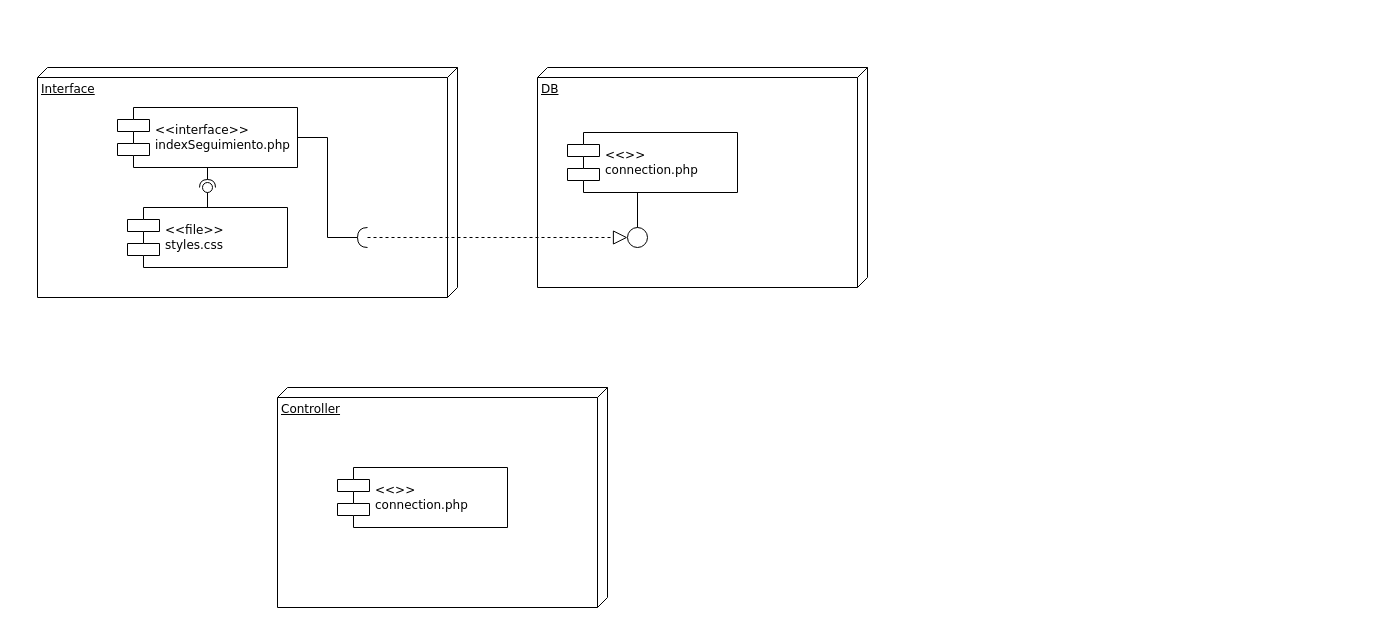
Earlier version of the draw.io diagram Diagramas/DiagramaComponentes.drawio (JorgeADnro/Torres). Source tidied: cells renumbered, new cells numbered last; positions are measured from the earlier drawing's top-left corner, leaving out a move shared by most shapes. Both pictures are drawn from the tidied source at 100%, with x=0, y=0 at pixel (37, 67).
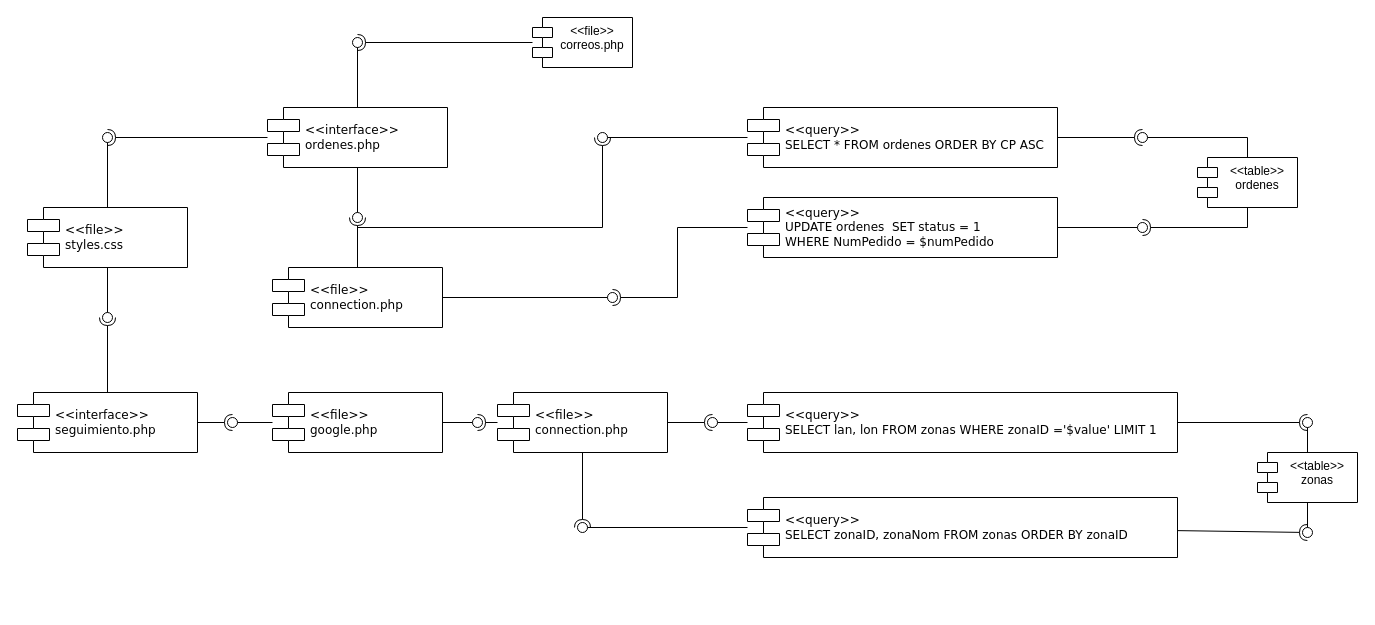
The same diagram, later.

Diff of the diagram source:
```diff
@@
-    <mxCell id="2" value="Interface&lt;br&gt;" style="verticalAlign=top;align=left;spacingTop=8;spacingLeft=2;spacingRight=12;shape=cube;size=10;direction=south;fontStyle=4;html=1;rounded=0;shadow=0;comic=0;labelBackgroundColor=none;strokeWidth=1;fontFamily=Verdana;fontSize=12;" parent="1" vertex="1">
-      <mxGeometry width="420" height="230" as="geometry" />
-    </mxCell>
-    <mxCell id="3" value="DB" style="verticalAlign=top;align=left;spacingTop=8;spacingLeft=2;spacingRight=12;shape=cube;size=10;direction=south;fontStyle=4;html=1;rounded=0;shadow=0;comic=0;labelBackgroundColor=none;strokeWidth=1;fontFamily=Verdana;fontSize=12;" parent="1" vertex="1">
-      <mxGeometry x="500" width="330" height="220" as="geometry" />
-    </mxCell>
-    <mxCell id="4" value="&amp;lt;&amp;lt;interface&amp;gt;&amp;gt;&lt;br&gt;indexSeguimiento.php" style="shape=component;align=left;spacingLeft=36;rounded=0;shadow=0;comic=0;labelBackgroundColor=none;strokeWidth=1;fontFamily=Verdana;fontSize=12;html=1;" parent="1" vertex="1">
-      <mxGeometry x="80" y="40" width="180" height="60" as="geometry" />
+    <mxCell id="4" value="&amp;lt;&amp;lt;interface&amp;gt;&amp;gt;&lt;br&gt;seguimiento.php" style="shape=component;align=left;spacingLeft=36;rounded=0;shadow=0;comic=0;labelBackgroundColor=none;strokeWidth=1;fontFamily=Verdana;fontSize=12;html=1;" parent="1" vertex="1">
+      <mxGeometry x="-20" y="325" width="180" height="60" as="geometry" />
     </mxCell>
-    <mxCell id="5" value="&amp;lt;&amp;lt;&amp;gt;&amp;gt;&lt;br&gt;connection.php" style="shape=component;align=left;spacingLeft=36;rounded=0;shadow=0;comic=0;labelBackgroundColor=none;strokeWidth=1;fontFamily=Verdana;fontSize=12;html=1;" parent="1" vertex="1">
-      <mxGeometry x="530" y="65" width="170" height="60" as="geometry" />
+    <mxCell id="5" value="&amp;lt;&amp;lt;query&amp;gt;&amp;gt;&lt;br&gt;SELECT * FROM ordenes ORDER BY CP ASC" style="shape=component;align=left;spacingLeft=36;rounded=0;shadow=0;comic=0;labelBackgroundColor=none;strokeWidth=1;fontFamily=Verdana;fontSize=12;html=1;" parent="1" vertex="1">
+      <mxGeometry x="710" y="40" width="310" height="60" as="geometry" />
     </mxCell>
-    <mxCell id="6" style="ellipse;whiteSpace=wrap;html=1;rounded=0;shadow=0;comic=0;labelBackgroundColor=none;strokeWidth=1;fontFamily=Verdana;fontSize=12;align=center;" parent="1" vertex="1">
-      <mxGeometry x="590" y="160" width="20" height="20" as="geometry" />
-    </mxCell>
-    <mxCell id="7" style="edgeStyle=elbowEdgeStyle;rounded=0;html=1;labelBackgroundColor=none;startArrow=none;startFill=0;startSize=8;endArrow=none;endFill=0;endSize=16;fontFamily=Verdana;fontSize=12;" parent="1" edge="1" source="6" target="5">
-      <mxGeometry relative="1" as="geometry" />
-    </mxCell>
-    <mxCell id="8" style="edgeStyle=elbowEdgeStyle;rounded=0;html=1;labelBackgroundColor=none;startArrow=none;startFill=0;startSize=8;endArrow=none;endFill=0;endSize=16;fontFamily=Verdana;fontSize=12;" parent="1" edge="1" source="14" target="4">
-      <mxGeometry relative="1" as="geometry" />
-    </mxCell>
     <mxCell id="9" value="&amp;lt;&amp;lt;file&amp;gt;&amp;gt;&lt;br&gt;styles.css" style="shape=component;align=left;spacingLeft=36;rounded=0;shadow=0;comic=0;labelBackgroundColor=none;strokeWidth=1;fontFamily=Verdana;fontSize=12;html=1;" parent="1" vertex="1">
-      <mxGeometry x="90" y="140" width="160" height="60" as="geometry" />
+      <mxGeometry x="-10" y="140" width="160" height="60" as="geometry" />
     </mxCell>
-    <mxCell id="10" style="rounded=0;jettySize=auto;html=1;endArrow=halfCircle;endFill=0;endSize=6;strokeWidth=1;sketch=0;exitX=0.5;exitY=1;exitDx=0;exitDy=0;" parent="1" edge="1" source="4">
+    <mxCell id="10" style="rounded=0;jettySize=auto;html=1;endArrow=halfCircle;endFill=0;endSize=6;strokeWidth=1;sketch=0;" parent="1" edge="1" source="4">
       <mxGeometry relative="1" as="geometry">
-        <mxPoint x="170" y="120" as="targetPoint" />
+        <mxPoint x="70" y="250" as="targetPoint" />
       </mxGeometry>
     </mxCell>
     <mxCell id="11" style="rounded=0;jettySize=auto;html=1;endArrow=oval;endFill=0;sketch=0;sourcePerimeterSpacing=0;targetPerimeterSpacing=0;endSize=10;" parent="1" edge="1" source="9">
       <mxGeometry relative="1" as="geometry">
-        <mxPoint x="170" y="120" as="targetPoint" />
+        <mxPoint x="70" y="250" as="targetPoint" />
       </mxGeometry>
     </mxCell>
@@
-    <mxCell id="13" style="edgeStyle=elbowEdgeStyle;rounded=0;html=1;labelBackgroundColor=none;startArrow=none;startFill=0;startSize=8;endArrow=none;endFill=0;endSize=16;fontFamily=Verdana;fontSize=12;" parent="1" edge="1" target="14">
-      <mxGeometry relative="1" as="geometry">
-        <mxPoint x="330" y="170" as="sourcePoint" />
-      </mxGeometry>
-    </mxCell>
-    <mxCell id="14" style="shape=requiredInterface;html=1;verticalLabelPosition=bottom;sketch=0;rotation=-180;" parent="1" vertex="1">
-      <mxGeometry x="320" y="160" width="10" height="20" as="geometry" />
-    </mxCell>
-    <mxCell id="15" style="endArrow=block;dashed=1;endFill=0;endSize=12;html=1;rounded=0;exitX=0;exitY=0.5;exitDx=0;exitDy=0;exitPerimeter=0;" parent="1" edge="1" source="14" target="6">
-      <mxGeometry relative="1" as="geometry" />
-    </mxCell>
-    <mxCell id="16" value="Controller&lt;br&gt;" style="verticalAlign=top;align=left;spacingTop=8;spacingLeft=2;spacingRight=12;shape=cube;size=10;direction=south;fontStyle=4;html=1;rounded=0;shadow=0;comic=0;labelBackgroundColor=none;strokeWidth=1;fontFamily=Verdana;fontSize=12;" parent="1" vertex="1">
-      <mxGeometry x="240" y="320" width="330" height="220" as="geometry" />
-    </mxCell>
-    <mxCell id="17" value="&amp;lt;&amp;lt;&amp;gt;&amp;gt;&lt;br&gt;connection.php" style="shape=component;align=left;spacingLeft=36;rounded=0;shadow=0;comic=0;labelBackgroundColor=none;strokeWidth=1;fontFamily=Verdana;fontSize=12;html=1;" parent="1" vertex="1">
-      <mxGeometry x="300" y="400" width="170" height="60" as="geometry" />
+    <mxCell id="17" value="&amp;lt;&amp;lt;file&amp;gt;&amp;gt;&lt;br&gt;connection.php" style="shape=component;align=left;spacingLeft=36;rounded=0;shadow=0;comic=0;labelBackgroundColor=none;strokeWidth=1;fontFamily=Verdana;fontSize=12;html=1;" parent="1" vertex="1">
+      <mxGeometry x="235" y="200" width="170" height="60" as="geometry" />
     </mxCell>
+    <mxCell id="18" value="&amp;lt;&amp;lt;interface&amp;gt;&amp;gt;&lt;br&gt;ordenes.php" style="shape=component;align=left;spacingLeft=36;rounded=0;shadow=0;comic=0;labelBackgroundColor=none;strokeWidth=1;fontFamily=Verdana;fontSize=12;html=1;" parent="1" vertex="1">
+      <mxGeometry x="230" y="40" width="180" height="60" as="geometry" />
+    </mxCell>
+    <mxCell id="19" style="rounded=0;jettySize=auto;html=1;endArrow=halfCircle;endFill=0;endSize=6;strokeWidth=1;sketch=0;" parent="1" edge="1" source="18" target="21">
+      <mxGeometry relative="1" as="geometry" />
+    </mxCell>
+    <mxCell id="20" style="rounded=0;jettySize=auto;html=1;endArrow=oval;endFill=0;sketch=0;sourcePerimeterSpacing=0;targetPerimeterSpacing=0;endSize=10;" parent="1" edge="1" source="9" target="21">
+      <mxGeometry relative="1" as="geometry" />
+    </mxCell>
+    <mxCell id="21" style="ellipse;whiteSpace=wrap;html=1;align=center;fillColor=none;strokeColor=none;perimeter=centerPerimeter;points=[];outlineConnect=1;" parent="1" vertex="1">
+      <mxGeometry x="65" y="65" width="10" height="10" as="geometry" />
+    </mxCell>
+    <mxCell id="22" value="&amp;lt;&amp;lt;query&amp;gt;&amp;gt;&lt;br&gt;UPDATE ordenes&amp;nbsp; SET status = 1&lt;br&gt;WHERE NumPedido = $numPedido" style="shape=component;align=left;spacingLeft=36;rounded=0;shadow=0;comic=0;labelBackgroundColor=none;strokeWidth=1;fontFamily=Verdana;fontSize=12;html=1;" parent="1" vertex="1">
+      <mxGeometry x="710" y="130" width="310" height="60" as="geometry" />
+    </mxCell>
+    <mxCell id="23" style="ellipse;whiteSpace=wrap;html=1;align=center;fillColor=none;strokeColor=none;perimeter=centerPerimeter;" parent="1" vertex="1">
+      <mxGeometry x="560" y="190" width="10" height="10" as="geometry" />
+    </mxCell>
+    <mxCell id="24" style="ellipse;whiteSpace=wrap;html=1;align=center;fillColor=none;strokeColor=none;perimeter=centerPerimeter;" parent="1" vertex="1">
+      <mxGeometry x="680" y="65" width="10" height="10" as="geometry" />
+    </mxCell>
+    <mxCell id="25" style="ellipse;whiteSpace=wrap;html=1;align=center;fillColor=none;strokeColor=none;perimeter=centerPerimeter;" parent="1" vertex="1">
+      <mxGeometry x="570" y="155" width="10" height="10" as="geometry" />
+    </mxCell>
+    <mxCell id="26" style="rounded=0;jettySize=auto;html=1;endArrow=halfCircle;endFill=0;endSize=6;strokeWidth=1;sketch=0;" parent="1" edge="1" source="17" target="28">
+      <mxGeometry relative="1" as="geometry" />
+    </mxCell>
+    <mxCell id="27" style="rounded=0;jettySize=auto;html=1;endArrow=oval;endFill=0;sketch=0;sourcePerimeterSpacing=0;targetPerimeterSpacing=0;endSize=10;" parent="1" edge="1" source="18" target="28">
+      <mxGeometry relative="1" as="geometry" />
+    </mxCell>
+    <mxCell id="28" style="ellipse;whiteSpace=wrap;html=1;align=center;fillColor=none;strokeColor=none;perimeter=centerPerimeter;points=[];outlineConnect=1;" parent="1" vertex="1">
+      <mxGeometry x="315" y="145" width="10" height="10" as="geometry" />
+    </mxCell>
+    <mxCell id="29" style="rounded=0;jettySize=auto;html=1;endArrow=halfCircle;endFill=0;endSize=6;strokeWidth=1;sketch=0;" parent="1" edge="1" source="17" target="31">
+      <mxGeometry relative="1" as="geometry">
+        <Array as="points">
+          <mxPoint x="320" y="160" />
+          <mxPoint x="565" y="160" />
+        </Array>
+      </mxGeometry>
+    </mxCell>
+    <mxCell id="30" style="rounded=0;jettySize=auto;html=1;endArrow=oval;endFill=0;sketch=0;sourcePerimeterSpacing=0;targetPerimeterSpacing=0;endSize=10;" parent="1" edge="1" source="5" target="31">
+      <mxGeometry relative="1" as="geometry" />
+    </mxCell>
+    <mxCell id="31" style="ellipse;whiteSpace=wrap;html=1;align=center;fillColor=none;strokeColor=none;perimeter=centerPerimeter;points=[];outlineConnect=1;" parent="1" vertex="1">
+      <mxGeometry x="560" y="65" width="10" height="10" as="geometry" />
+    </mxCell>
+    <mxCell id="32" style="rounded=0;jettySize=auto;html=1;endArrow=halfCircle;endFill=0;endSize=6;strokeWidth=1;sketch=0;" parent="1" edge="1" source="22" target="34">
+      <mxGeometry relative="1" as="geometry">
+        <Array as="points">
+          <mxPoint x="640" y="160" />
+          <mxPoint x="640" y="230" />
+        </Array>
+      </mxGeometry>
+    </mxCell>
+    <mxCell id="33" style="rounded=0;jettySize=auto;html=1;endArrow=oval;endFill=0;sketch=0;sourcePerimeterSpacing=0;targetPerimeterSpacing=0;endSize=10;" parent="1" edge="1" source="17" target="34">
+      <mxGeometry relative="1" as="geometry" />
+    </mxCell>
+    <mxCell id="34" style="ellipse;whiteSpace=wrap;html=1;align=center;fillColor=none;strokeColor=none;perimeter=centerPerimeter;points=[];outlineConnect=1;" parent="1" vertex="1">
+      <mxGeometry x="570" y="225" width="10" height="10" as="geometry" />
+    </mxCell>
+    <mxCell id="35" value="&amp;lt;&amp;lt;table&amp;gt;&amp;gt;&lt;br&gt;ordenes&lt;br&gt;" style="shape=module;align=left;spacingLeft=20;align=center;verticalAlign=top;whiteSpace=wrap;html=1;" parent="1" vertex="1">
+      <mxGeometry x="1160" y="90" width="100" height="50" as="geometry" />
+    </mxCell>
+    <mxCell id="36" style="rounded=0;jettySize=auto;html=1;endArrow=halfCircle;endFill=0;endSize=6;strokeWidth=1;sketch=0;" parent="1" edge="1" source="35" target="38">
+      <mxGeometry relative="1" as="geometry">
+        <Array as="points">
+          <mxPoint x="1210" y="160" />
+        </Array>
+      </mxGeometry>
+    </mxCell>
+    <mxCell id="37" style="rounded=0;jettySize=auto;html=1;endArrow=oval;endFill=0;sketch=0;sourcePerimeterSpacing=0;targetPerimeterSpacing=0;endSize=10;" parent="1" edge="1" source="22" target="38">
+      <mxGeometry relative="1" as="geometry" />
+    </mxCell>
+    <mxCell id="38" style="ellipse;whiteSpace=wrap;html=1;align=center;fillColor=none;strokeColor=none;perimeter=centerPerimeter;points=[];outlineConnect=1;" parent="1" vertex="1">
+      <mxGeometry x="1100" y="155" width="10" height="10" as="geometry" />
+    </mxCell>
+    <mxCell id="39" style="rounded=0;jettySize=auto;html=1;endArrow=halfCircle;endFill=0;endSize=6;strokeWidth=1;sketch=0;" parent="1" edge="1" source="5" target="41">
+      <mxGeometry relative="1" as="geometry" />
+    </mxCell>
+    <mxCell id="40" style="rounded=0;jettySize=auto;html=1;endArrow=oval;endFill=0;sketch=0;sourcePerimeterSpacing=0;targetPerimeterSpacing=0;endSize=10;" parent="1" edge="1" source="35" target="41">
+      <mxGeometry relative="1" as="geometry">
+        <Array as="points">
+          <mxPoint x="1210" y="70" />
+        </Array>
+      </mxGeometry>
+    </mxCell>
+    <mxCell id="41" style="ellipse;whiteSpace=wrap;html=1;align=center;fillColor=none;strokeColor=none;perimeter=centerPerimeter;points=[];outlineConnect=1;" parent="1" vertex="1">
+      <mxGeometry x="1100" y="65" width="10" height="10" as="geometry" />
+    </mxCell>
+    <mxCell id="42" value="&amp;lt;&amp;lt;file&amp;gt;&amp;gt;&lt;br&gt;google.php" style="shape=component;align=left;spacingLeft=36;rounded=0;shadow=0;comic=0;labelBackgroundColor=none;strokeWidth=1;fontFamily=Verdana;fontSize=12;html=1;" parent="1" vertex="1">
+      <mxGeometry x="235" y="325" width="170" height="60" as="geometry" />
+    </mxCell>
+    <mxCell id="43" style="rounded=0;jettySize=auto;html=1;endArrow=halfCircle;endFill=0;endSize=6;strokeWidth=1;sketch=0;" parent="1" edge="1" source="4" target="45">
+      <mxGeometry relative="1" as="geometry" />
+    </mxCell>
+    <mxCell id="44" style="rounded=0;jettySize=auto;html=1;endArrow=oval;endFill=0;sketch=0;sourcePerimeterSpacing=0;targetPerimeterSpacing=0;endSize=10;" parent="1" edge="1" source="42" target="45">
+      <mxGeometry relative="1" as="geometry" />
+    </mxCell>
+    <mxCell id="45" style="ellipse;whiteSpace=wrap;html=1;align=center;fillColor=none;strokeColor=none;perimeter=centerPerimeter;points=[];outlineConnect=1;" parent="1" vertex="1">
+      <mxGeometry x="190" y="350" width="10" height="10" as="geometry" />
+    </mxCell>
+    <mxCell id="46" value="&amp;lt;&amp;lt;file&amp;gt;&amp;gt;&lt;br&gt;connection.php" style="shape=component;align=left;spacingLeft=36;rounded=0;shadow=0;comic=0;labelBackgroundColor=none;strokeWidth=1;fontFamily=Verdana;fontSize=12;html=1;" parent="1" vertex="1">
+      <mxGeometry x="460" y="325" width="170" height="60" as="geometry" />
+    </mxCell>
+    <mxCell id="47" style="rounded=0;jettySize=auto;html=1;endArrow=halfCircle;endFill=0;endSize=6;strokeWidth=1;sketch=0;" parent="1" edge="1" source="46" target="49">
+      <mxGeometry relative="1" as="geometry" />
+    </mxCell>
+    <mxCell id="48" style="rounded=0;jettySize=auto;html=1;endArrow=oval;endFill=0;sketch=0;sourcePerimeterSpacing=0;targetPerimeterSpacing=0;endSize=10;" parent="1" edge="1" source="42" target="49">
+      <mxGeometry relative="1" as="geometry" />
+    </mxCell>
+    <mxCell id="49" style="ellipse;whiteSpace=wrap;html=1;align=center;fillColor=none;strokeColor=none;perimeter=centerPerimeter;points=[];outlineConnect=1;" parent="1" vertex="1">
+      <mxGeometry x="435" y="350" width="10" height="10" as="geometry" />
+    </mxCell>
+    <mxCell id="50" value="&amp;lt;&amp;lt;query&amp;gt;&amp;gt;&lt;br&gt;SELECT lan, lon FROM zonas WHERE zonaID ='$value' LIMIT 1" style="shape=component;align=left;spacingLeft=36;rounded=0;shadow=0;comic=0;labelBackgroundColor=none;strokeWidth=1;fontFamily=Verdana;fontSize=12;html=1;" parent="1" vertex="1">
+      <mxGeometry x="710" y="325" width="430" height="60" as="geometry" />
+    </mxCell>
+    <mxCell id="51" value="&amp;lt;&amp;lt;query&amp;gt;&amp;gt;&lt;br&gt;SELECT zonaID, zonaNom FROM zonas ORDER BY zonaID" style="shape=component;align=left;spacingLeft=36;rounded=0;shadow=0;comic=0;labelBackgroundColor=none;strokeWidth=1;fontFamily=Verdana;fontSize=12;html=1;" parent="1" vertex="1">
+      <mxGeometry x="710" y="430" width="430" height="60" as="geometry" />
+    </mxCell>
+    <mxCell id="52" value="&amp;lt;&amp;lt;file&amp;gt;&amp;gt;&lt;br&gt;correos.php" style="shape=module;align=left;spacingLeft=20;align=center;verticalAlign=top;whiteSpace=wrap;html=1;" parent="1" vertex="1">
+      <mxGeometry x="495" y="-50" width="100" height="50" as="geometry" />
+    </mxCell>
+    <mxCell id="53" style="rounded=0;jettySize=auto;html=1;endArrow=halfCircle;endFill=0;endSize=6;strokeWidth=1;sketch=0;" parent="1" edge="1" source="52" target="55">
+      <mxGeometry relative="1" as="geometry" />
+    </mxCell>
+    <mxCell id="54" style="rounded=0;jettySize=auto;html=1;endArrow=oval;endFill=0;sketch=0;sourcePerimeterSpacing=0;targetPerimeterSpacing=0;endSize=10;" parent="1" edge="1" source="18" target="55">
+      <mxGeometry relative="1" as="geometry" />
+    </mxCell>
+    <mxCell id="55" style="ellipse;whiteSpace=wrap;html=1;align=center;fillColor=none;strokeColor=none;perimeter=centerPerimeter;points=[];outlineConnect=1;" parent="1" vertex="1">
+      <mxGeometry x="315" y="-30" width="10" height="10" as="geometry" />
+    </mxCell>
+    <mxCell id="56" value="&amp;lt;&amp;lt;table&amp;gt;&amp;gt;&lt;br&gt;zonas" style="shape=module;align=left;spacingLeft=20;align=center;verticalAlign=top;whiteSpace=wrap;html=1;" parent="1" vertex="1">
+      <mxGeometry x="1220" y="385" width="100" height="50" as="geometry" />
+    </mxCell>
+    <mxCell id="57" style="rounded=0;jettySize=auto;html=1;endArrow=halfCircle;endFill=0;endSize=6;strokeWidth=1;sketch=0;" parent="1" edge="1" source="46" target="59">
+      <mxGeometry relative="1" as="geometry" />
+    </mxCell>
+    <mxCell id="58" style="rounded=0;jettySize=auto;html=1;endArrow=oval;endFill=0;sketch=0;sourcePerimeterSpacing=0;targetPerimeterSpacing=0;endSize=10;" parent="1" edge="1" source="50" target="59">
+      <mxGeometry relative="1" as="geometry" />
+    </mxCell>
+    <mxCell id="59" style="ellipse;whiteSpace=wrap;html=1;align=center;fillColor=none;strokeColor=none;perimeter=centerPerimeter;points=[];outlineConnect=1;" parent="1" vertex="1">
+      <mxGeometry x="670" y="350" width="10" height="10" as="geometry" />
+    </mxCell>
+    <mxCell id="60" style="rounded=0;jettySize=auto;html=1;endArrow=halfCircle;endFill=0;endSize=6;strokeWidth=1;sketch=0;" parent="1" edge="1" source="46" target="62">
+      <mxGeometry relative="1" as="geometry" />
+    </mxCell>
+    <mxCell id="61" style="rounded=0;jettySize=auto;html=1;endArrow=oval;endFill=0;sketch=0;sourcePerimeterSpacing=0;targetPerimeterSpacing=0;endSize=10;" parent="1" edge="1" source="51" target="62">
+      <mxGeometry relative="1" as="geometry" />
+    </mxCell>
+    <mxCell id="62" style="ellipse;whiteSpace=wrap;html=1;align=center;fillColor=none;strokeColor=none;perimeter=centerPerimeter;points=[];outlineConnect=1;" parent="1" vertex="1">
+      <mxGeometry x="540" y="455" width="10" height="10" as="geometry" />
+    </mxCell>
+    <mxCell id="63" style="rounded=0;jettySize=auto;html=1;endArrow=halfCircle;endFill=0;endSize=6;strokeWidth=1;sketch=0;" parent="1" edge="1" source="50" target="65">
+      <mxGeometry relative="1" as="geometry" />
+    </mxCell>
+    <mxCell id="64" style="rounded=0;jettySize=auto;html=1;endArrow=oval;endFill=0;sketch=0;sourcePerimeterSpacing=0;targetPerimeterSpacing=0;endSize=10;" parent="1" edge="1" source="56" target="65">
+      <mxGeometry relative="1" as="geometry" />
+    </mxCell>
+    <mxCell id="65" style="ellipse;whiteSpace=wrap;html=1;align=center;fillColor=none;strokeColor=none;perimeter=centerPerimeter;points=[];outlineConnect=1;" parent="1" vertex="1">
+      <mxGeometry x="1265" y="350" width="10" height="10" as="geometry" />
+    </mxCell>
+    <mxCell id="66" style="rounded=0;jettySize=auto;html=1;endArrow=halfCircle;endFill=0;endSize=6;strokeWidth=1;sketch=0;" parent="1" edge="1" source="51" target="68">
+      <mxGeometry relative="1" as="geometry" />
+    </mxCell>
+    <mxCell id="67" style="rounded=0;jettySize=auto;html=1;endArrow=oval;endFill=0;sketch=0;sourcePerimeterSpacing=0;targetPerimeterSpacing=0;endSize=10;" parent="1" edge="1" source="56" target="68">
+      <mxGeometry relative="1" as="geometry" />
+    </mxCell>
+    <mxCell id="68" style="ellipse;whiteSpace=wrap;html=1;align=center;fillColor=none;strokeColor=none;perimeter=centerPerimeter;points=[];outlineConnect=1;" parent="1" vertex="1">
+      <mxGeometry x="1265" y="460" width="10" height="10" as="geometry" />
+    </mxCell>
```
